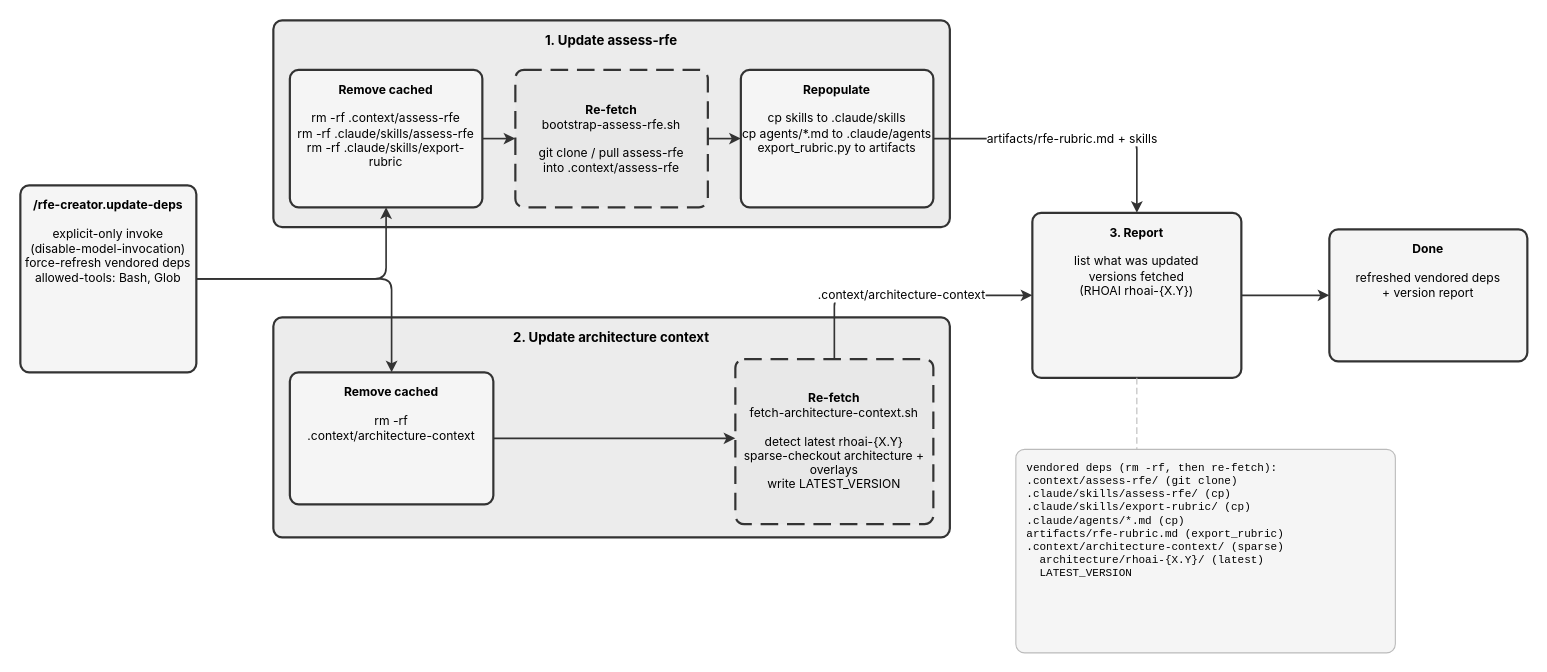
Before: site/docs/plugins/rfe-creator/rfe-creator.update-deps.drawio in fege/skills-registry, a draw.io diagram. Source tidied: cells renumbered, new cells numbered last; positions are measured from the earlier drawing's top-left corner, leaving out a move shared by most shapes. Both pictures are drawn from the tidied source at 110%, with x=0, y=0 at pixel (20, 20).
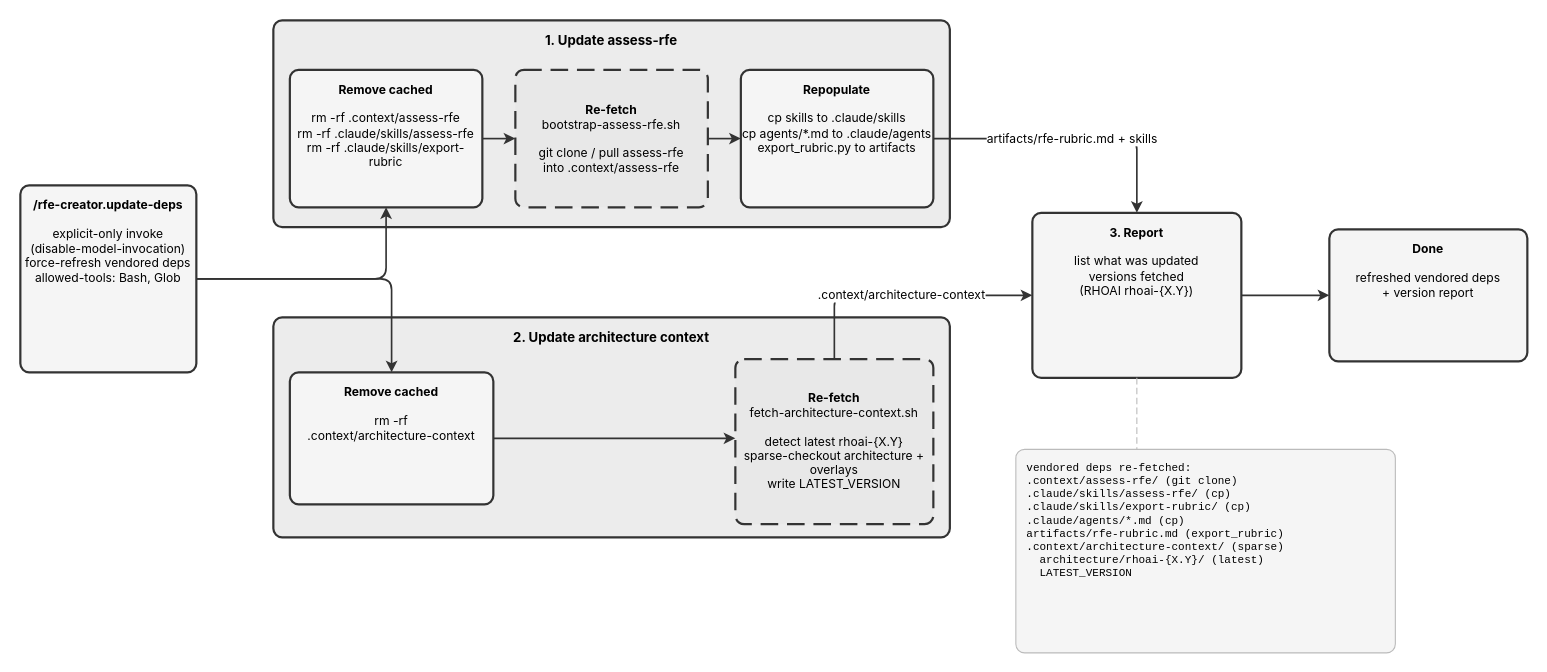
The same diagram, later.

Diff of the diagram source:
```diff
@@
-    <mxCell id="12" value="vendored deps (rm -rf, then re-fetch):&lt;br&gt;.context/assess-rfe/  (git clone)&lt;br&gt;.claude/skills/assess-rfe/  (cp)&lt;br&gt;.claude/skills/export-rubric/  (cp)&lt;br&gt;.claude/agents/*.md  (cp)&lt;br&gt;artifacts/rfe-rubric.md  (export_rubric)&lt;br&gt;.context/architecture-context/  (sparse)&lt;br&gt;&amp;nbsp;&amp;nbsp;architecture/rhoai-{X.Y}/  (latest)&lt;br&gt;&amp;nbsp;&amp;nbsp;LATEST_VERSION" style="rounded=1;whiteSpace=wrap;html=1;fillColor=#f5f5f5;strokeColor=#bbbbbb;strokeWidth=1;verticalAlign=top;spacingTop=5;align=left;spacingLeft=8;fontSize=10;fontFamily=JetBrains Mono,Courier New,monospace;arcSize=16;absoluteArcSize=1;" parent="1" vertex="1">
+    <mxCell id="12" value="vendored deps re-fetched:&lt;br&gt;.context/assess-rfe/  (git clone)&lt;br&gt;.claude/skills/assess-rfe/  (cp)&lt;br&gt;.claude/skills/export-rubric/  (cp)&lt;br&gt;.claude/agents/*.md  (cp)&lt;br&gt;artifacts/rfe-rubric.md  (export_rubric)&lt;br&gt;.context/architecture-context/  (sparse)&lt;br&gt;&amp;nbsp;&amp;nbsp;architecture/rhoai-{X.Y}/  (latest)&lt;br&gt;&amp;nbsp;&amp;nbsp;LATEST_VERSION" style="rounded=1;whiteSpace=wrap;html=1;fillColor=#f5f5f5;strokeColor=#bbbbbb;strokeWidth=1;verticalAlign=top;spacingTop=5;align=left;spacingLeft=8;fontSize=10;fontFamily=JetBrains Mono,Courier New,monospace;arcSize=16;absoluteArcSize=1;" parent="1" vertex="1">
       <mxGeometry x="905" y="390" width="345" height="185" as="geometry" />
     </mxCell>
```
